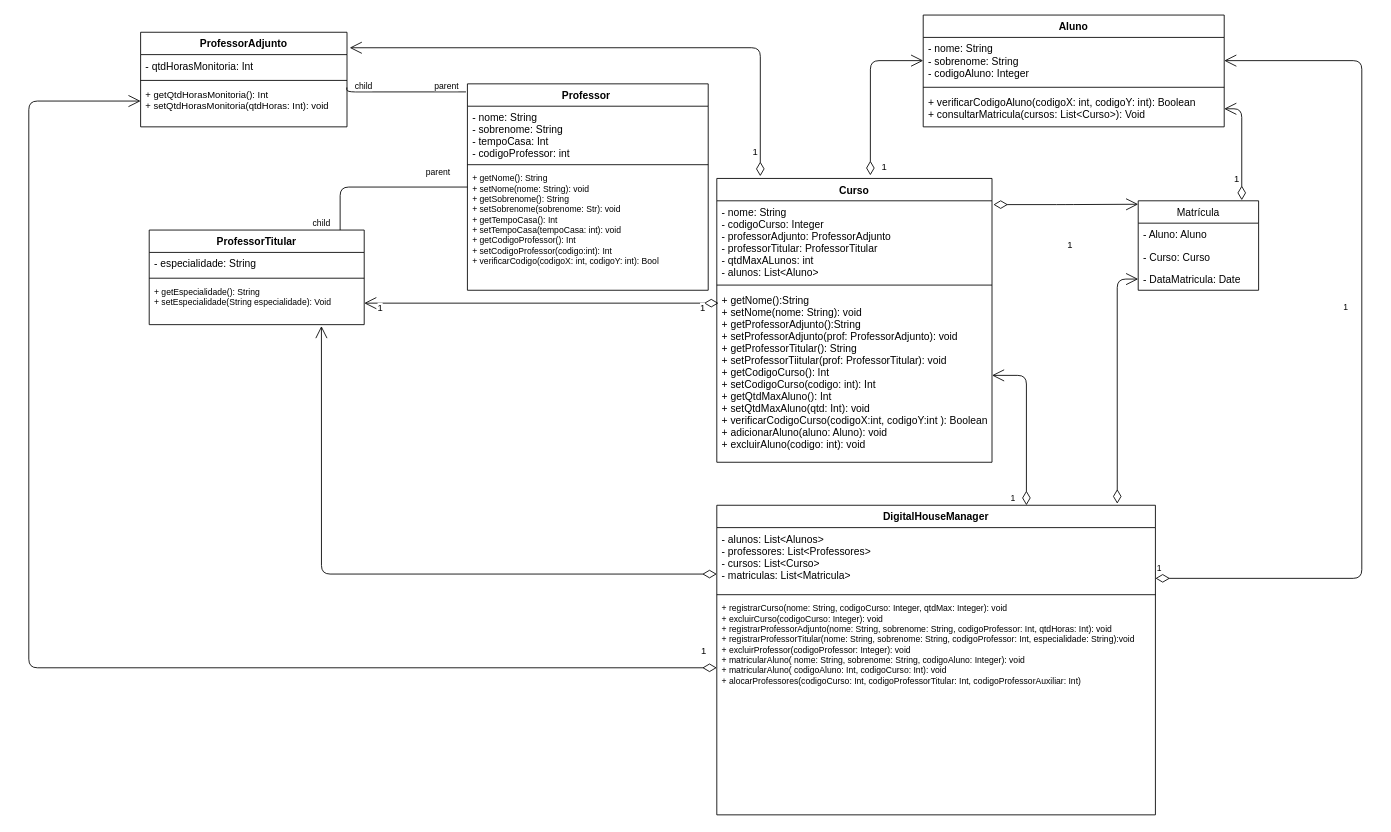
Above: DHDesafio.drawio in FelipeSPB/DesafioDH (draw.io), before the change. Source tidied: cells renumbered, new cells numbered last; positions are measured from the earlier drawing's top-left corner, leaving out a move shared by most shapes. Both pictures are drawn from the tidied source at 86%, with x=0, y=0 at pixel (28, 15).
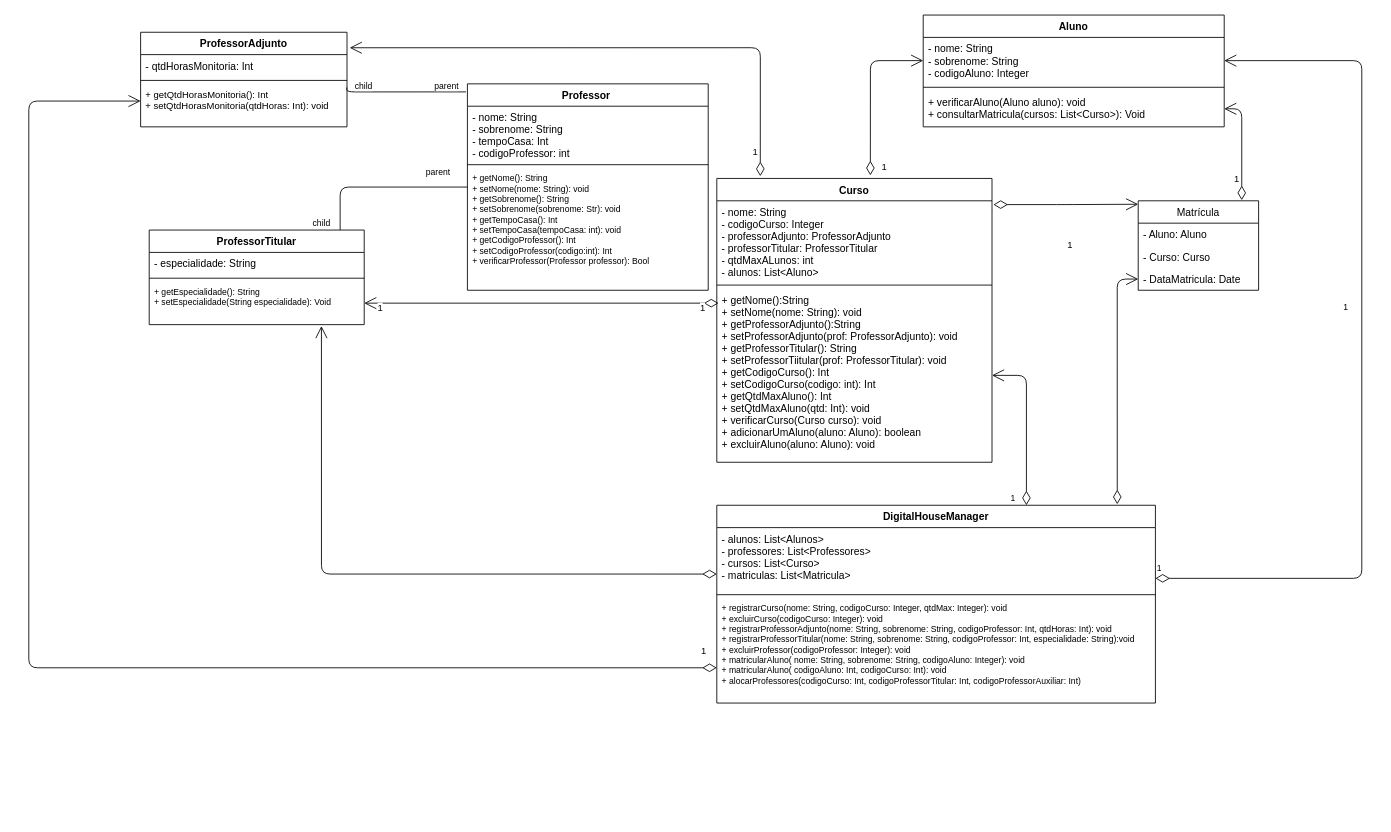
After the change.

Unchanged cells that the change refers to:
```xml
<mxCell id="2" value="Aluno" style="swimlane;fontStyle=1;align=center;verticalAlign=top;horizontal=1;startSize=26;" parent="1" vertex="1">
  <mxGeometry x="1040" width="350" height="130" as="geometry" />
</mxCell>
<mxCell id="7" value="Curso" style="swimlane;fontStyle=1;align=center;verticalAlign=top;horizontal=1;startSize=26;" parent="1" vertex="1">
  <mxGeometry x="800" y="190" width="320" height="330" as="geometry" />
</mxCell>
<mxCell id="13" value="Professor " style="swimlane;fontStyle=1;align=center;verticalAlign=top;horizontal=1;startSize=26;" parent="1" vertex="1">
  <mxGeometry x="510" y="80" width="280" height="240" as="geometry" />
</mxCell>
```

Diff of the diagram source:
```diff
@@
-    <mxCell id="5" value="+ verificarCodigoAluno(codigoX: int, codigoY: int): Boolean&#10;+ consultarMatricula(cursos: List&lt;Curso&gt;): Void" style="text;strokeColor=none;fillColor=none;align=left;verticalAlign=top;spacingLeft=4;spacingRight=4;overflow=hidden;points=[[0,0.5],[1,0.5]];portConstraint=eastwest;" parent="2" vertex="1">
+    <mxCell id="5" value="+ verificarAluno(Aluno aluno): void&#10;+ consultarMatricula(cursos: List&lt;Curso&gt;): Void" style="text;strokeColor=none;fillColor=none;align=left;verticalAlign=top;spacingLeft=4;spacingRight=4;overflow=hidden;points=[[0,0.5],[1,0.5]];portConstraint=eastwest;" parent="2" vertex="1">
       <mxGeometry y="88" width="350" height="42" as="geometry" />
     </mxCell>
@@
-    <mxCell id="10" value="+ getNome():String&#10;+ setNome(nome: String): void&#10;+ getProfessorAdjunto():String&#10;+ setProfessorAdjunto(prof: ProfessorAdjunto): void&#10;+ getProfessorTitular(): String&#10;+ setProfessorTiitular(prof: ProfessorTitular): void&#10;+ getCodigoCurso(): Int &#10;+ setCodigoCurso(codigo: int): Int&#10;+ getQtdMaxAluno(): Int&#10;+ setQtdMaxAluno(qtd: Int): void&#10;+ verificarCodigoCurso(codigoX:int, codigoY:int ): Boolean&#10;+ adicionarAluno(aluno: Aluno): void&#10;+ excluirAluno(codigo: int): void&#10;" style="text;strokeColor=none;fillColor=none;align=left;verticalAlign=top;spacingLeft=4;spacingRight=4;overflow=hidden;points=[[0,0.5],[1,0.5]];portConstraint=eastwest;" parent="7" vertex="1">
+    <mxCell id="10" value="+ getNome():String&#10;+ setNome(nome: String): void&#10;+ getProfessorAdjunto():String&#10;+ setProfessorAdjunto(prof: ProfessorAdjunto): void&#10;+ getProfessorTitular(): String&#10;+ setProfessorTiitular(prof: ProfessorTitular): void&#10;+ getCodigoCurso(): Int &#10;+ setCodigoCurso(codigo: int): Int&#10;+ getQtdMaxAluno(): Int&#10;+ setQtdMaxAluno(qtd: Int): void&#10;+ verificarCurso(Curso curso): void&#10;+ adicionarUmAluno(aluno: Aluno): boolean&#10;+ excluirAluno(aluno: Aluno): void&#10;" style="text;strokeColor=none;fillColor=none;align=left;verticalAlign=top;spacingLeft=4;spacingRight=4;overflow=hidden;points=[[0,0.5],[1,0.5]];portConstraint=eastwest;" parent="7" vertex="1">
       <mxGeometry y="128" width="320" height="202" as="geometry" />
     </mxCell>
@@
-    <mxCell id="16" value="+ getNome(): String&#10;+ setNome(nome: String): void&#10;+ getSobrenome(): String&#10;+ setSobrenome(sobrenome: Str): void&#10;+ getTempoCasa(): Int&#10;+ setTempoCasa(tempoCasa: int): void&#10;+ getCodigoProfessor(): Int&#10;+ setCodigoProfessor(codigo:int): Int&#10;+ verificarCodigo(codigoX: int, codigoY: int): Bool&#10;&#10;&#10;" style="text;strokeColor=none;fillColor=none;align=left;verticalAlign=top;spacingLeft=4;spacingRight=4;overflow=hidden;points=[[0,0.5],[1,0.5]];portConstraint=eastwest;fontSize=10;" parent="13" vertex="1">
+    <mxCell id="16" value="+ getNome(): String&#10;+ setNome(nome: String): void&#10;+ getSobrenome(): String&#10;+ setSobrenome(sobrenome: Str): void&#10;+ getTempoCasa(): Int&#10;+ setTempoCasa(tempoCasa: int): void&#10;+ getCodigoProfessor(): Int&#10;+ setCodigoProfessor(codigo:int): Int&#10;+ verificarProfessor(Professor professor): Bool&#10;&#10;&#10;" style="text;strokeColor=none;fillColor=none;align=left;verticalAlign=top;spacingLeft=4;spacingRight=4;overflow=hidden;points=[[0,0.5],[1,0.5]];portConstraint=eastwest;fontSize=10;" parent="13" vertex="1">
       <mxGeometry y="98" width="280" height="142" as="geometry" />
     </mxCell>
@@
     <mxCell id="38" value="DigitalHouseManager" style="swimlane;fontStyle=1;align=center;verticalAlign=top;horizontal=1;startSize=26;" parent="1" vertex="1">
-      <mxGeometry x="800" y="570" width="510" height="360" as="geometry" />
+      <mxGeometry x="800" y="570" width="510" height="230" as="geometry" />
     </mxCell>
@@
     <mxCell id="41" value="+ registrarCurso(nome: String, codigoCurso: Integer, qtdMax: Integer): void&#10;+ excluirCurso(codigoCurso: Integer): void&#10;+ registrarProfessorAdjunto(nome: String, sobrenome: String, codigoProfessor: Int, qtdHoras: Int): void&#10;+ registrarProfessorTitular(nome: String, sobrenome: String, codigoProfessor: Int, especialidade: String):void&#10;+ excluirProfessor(codigoProfessor: Integer): void&#10;+ matricularAluno( nome: String, sobrenome: String, codigoAluno: Integer): void&#10;+ matricularAluno( codigoAluno: Int, codigoCurso: Int): void&#10;+ alocarProfessores(codigoCurso: Int, codigoProfessorTitular: Int, codigoProfessorAuxiliar: Int)" style="text;strokeColor=none;fillColor=none;align=left;verticalAlign=top;spacingLeft=4;spacingRight=4;overflow=hidden;points=[[0,0.5],[1,0.5]];portConstraint=eastwest;fontSize=10;" parent="38" vertex="1">
-      <mxGeometry y="108" width="510" height="252" as="geometry" />
+      <mxGeometry y="108" width="510" height="122" as="geometry" />
     </mxCell>
```
